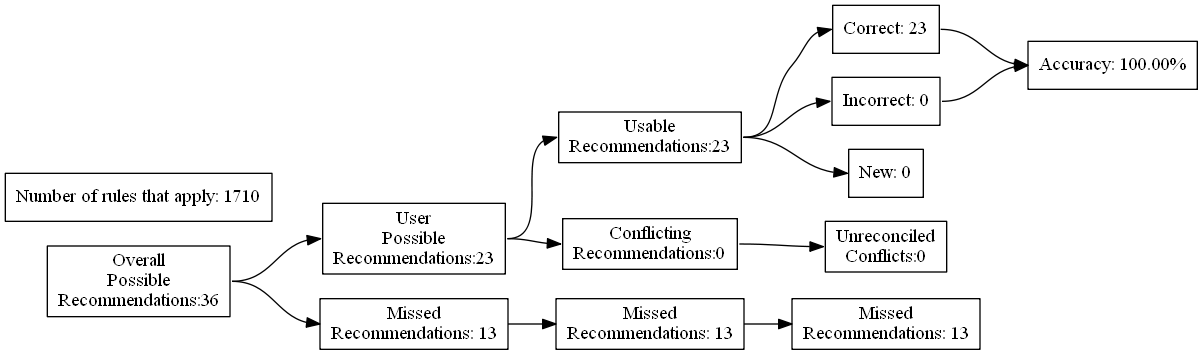
Above: test_renders/51.gv.png in ZaxR/ibd_diet_analysis (Graphviz), before the change. Its source is kept beside it as test_renders/51.gv.
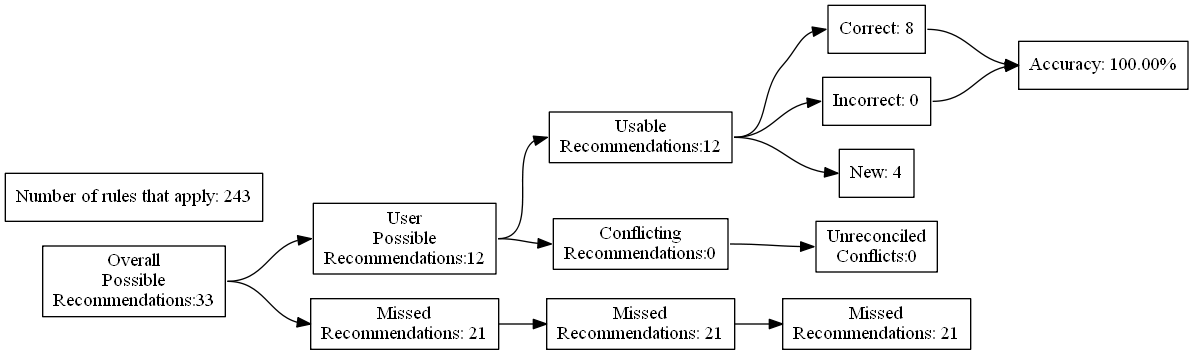
After the change.

Diff of the diagram source:
```diff
@@ -4,27 +4,27 @@
 	edge [headport=w tailport=e]
 		A [label="Overall
 Possible
-Recommendations:36"]
+Recommendations:33"]
 		B [label="User
 Possible
-Recommendations:23"]
+Recommendations:12"]
 		C [label="Missed
-Recommendations: 13"]
+Recommendations: 21"]
 		D [label="Usable
-Recommendations:23"]
+Recommendations:12"]
 		E [label="Conflicting
 Recommendations:0"]
 		J [label="Missed
-Recommendations: 13"]
+Recommendations: 21"]
 		M [label="Unreconciled
 Conflicts:0"]
-		F [label="Correct: 23"]
+		F [label="Correct: 8"]
 		G [label="Incorrect: 0"]
-		H [label="New: 0"]
+		H [label="New: 4"]
 		K [label="Missed
-Recommendations: 13"]
+Recommendations: 21"]
 		I [label="Accuracy: 100.00%"]
-		l [label="Number of rules that apply: 1710"]
+		l [label="Number of rules that apply: 243"]
 			A -> B
 			A -> C
 			B -> D
```
